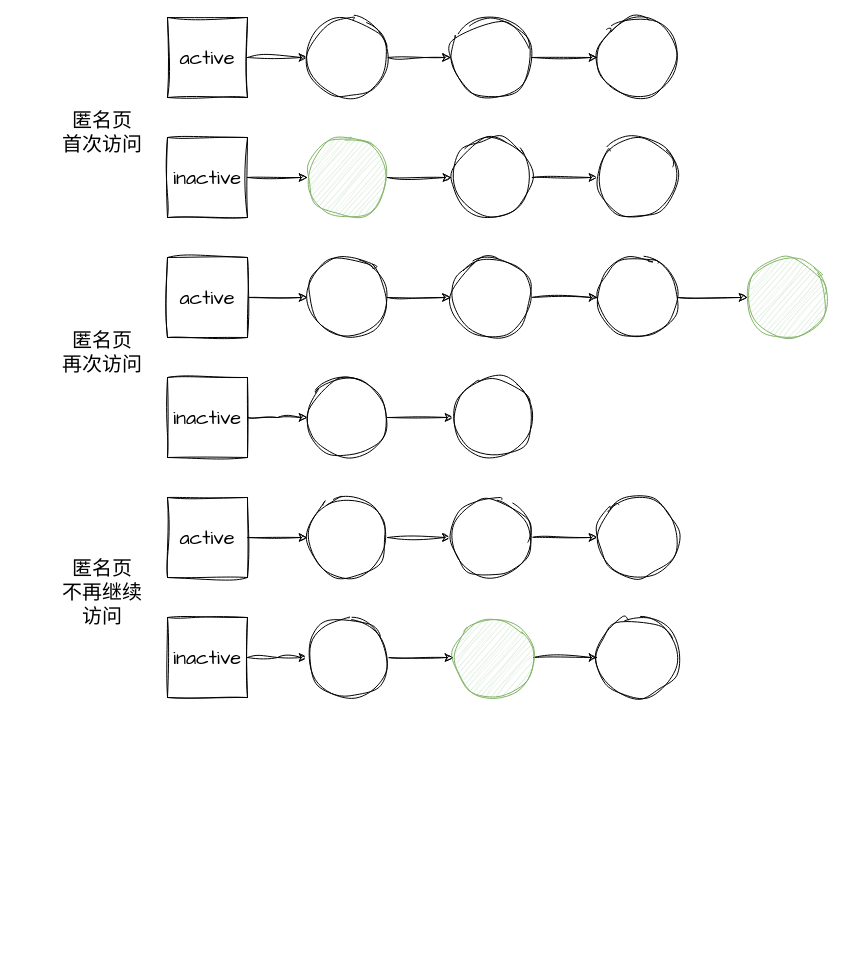
ji92/markdown_picture keeps this draw.io diagram as images/LRU双链表.drawio. Above is the earlier version. Source tidied: cells renumbered, new cells numbered last; positions are measured from the earlier drawing's top-left corner, leaving out a move shared by most shapes. Both pictures are drawn from the tidied source at 100%, with x=0, y=0 at pixel (52, 17).
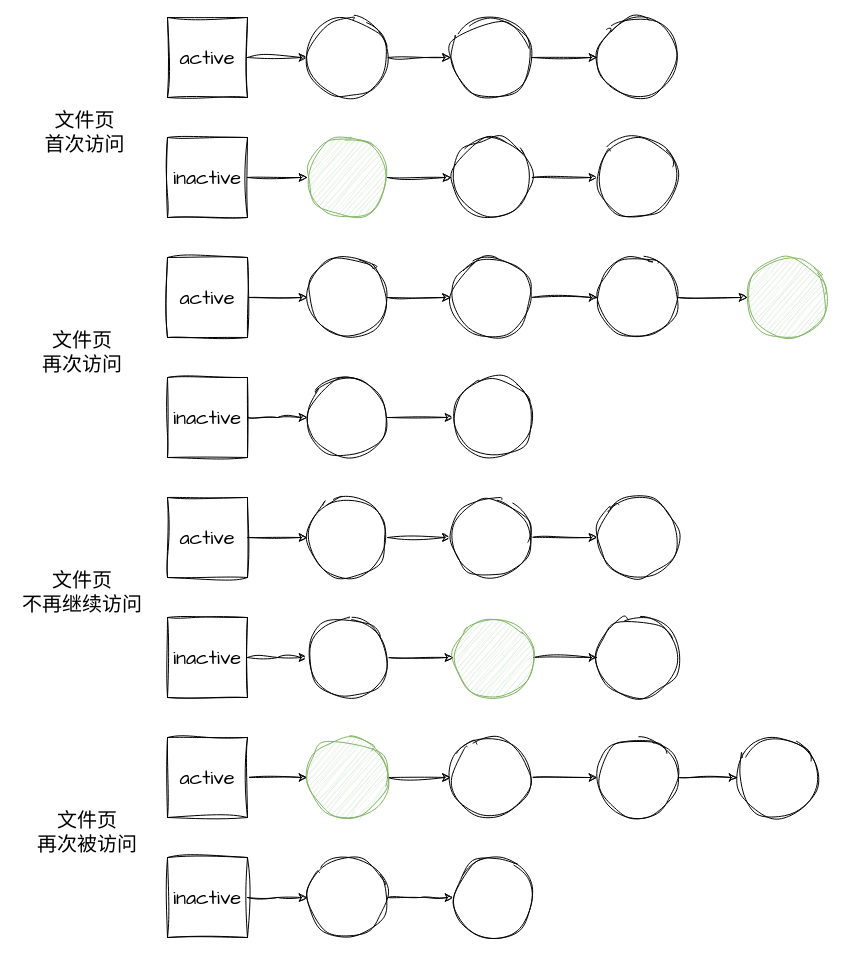
After the change.

Commit message (it also covers changes not shown here):
更新LRU双链表.drawio

The edit, as a diff of the source:
```diff
@@
-    <mxCell id="16" value="匿名页&lt;br&gt;首次访问" style="text;html=1;strokeColor=none;fillColor=none;align=center;verticalAlign=middle;whiteSpace=wrap;rounded=0;fontSize=20;fontFamily=Architects Daughter;" parent="1" vertex="1">
-      <mxGeometry y="70" width="100" height="90" as="geometry" />
+    <mxCell id="16" value="文件页&lt;br&gt;首次访问" style="text;html=1;strokeColor=none;fillColor=none;align=center;verticalAlign=middle;whiteSpace=wrap;rounded=0;fontSize=20;fontFamily=Architects Daughter;" parent="1" vertex="1">
+      <mxGeometry x="-35" y="70" width="135" height="90" as="geometry" />
     </mxCell>
@@
-    <mxCell id="30" value="匿名页&lt;br&gt;再次访问" style="text;html=1;strokeColor=none;fillColor=none;align=center;verticalAlign=middle;whiteSpace=wrap;rounded=0;fontSize=20;fontFamily=Architects Daughter;" parent="1" vertex="1">
-      <mxGeometry x="5" y="290" width="90" height="90" as="geometry" />
+    <mxCell id="30" value="文件页&lt;br&gt;再次访问" style="text;html=1;strokeColor=none;fillColor=none;align=center;verticalAlign=middle;whiteSpace=wrap;rounded=0;fontSize=20;fontFamily=Architects Daughter;" parent="1" vertex="1">
+      <mxGeometry x="-35" y="290" width="130" height="90" as="geometry" />
     </mxCell>
@@
-    <mxCell id="45" value="匿名页&lt;br&gt;不再继续访问" style="text;html=1;strokeColor=none;fillColor=none;align=center;verticalAlign=middle;whiteSpace=wrap;rounded=0;fontSize=20;fontFamily=Architects Daughter;" parent="1" vertex="1">
-      <mxGeometry x="5" y="530" width="90" height="90" as="geometry" />
+    <mxCell id="45" value="文件页&lt;br&gt;不再继续访问" style="text;html=1;strokeColor=none;fillColor=none;align=center;verticalAlign=middle;whiteSpace=wrap;rounded=0;fontSize=20;fontFamily=Architects Daughter;" parent="1" vertex="1">
+      <mxGeometry x="-35" y="530" width="130" height="90" as="geometry" />
     </mxCell>
@@
+    <mxCell id="47" style="edgeStyle=orthogonalEdgeStyle;rounded=0;sketch=1;hachureGap=4;jiggle=2;curveFitting=1;jettySize=auto;html=1;exitX=1;exitY=0.5;exitDx=0;exitDy=0;entryX=0;entryY=0.5;entryDx=0;entryDy=0;fontFamily=Architects Daughter;fontSize=16;" parent="1" edge="1" source="48" target="52">
+      <mxGeometry relative="1" as="geometry" />
+    </mxCell>
+    <mxCell id="48" value="active" style="whiteSpace=wrap;html=1;sketch=1;hachureGap=4;jiggle=2;curveFitting=1;fontFamily=Architects Daughter;fontSize=20;" parent="1" vertex="1">
+      <mxGeometry x="115" y="720" width="80" height="80" as="geometry" />
+    </mxCell>
+    <mxCell id="49" style="edgeStyle=orthogonalEdgeStyle;rounded=0;sketch=1;hachureGap=4;jiggle=2;curveFitting=1;jettySize=auto;html=1;exitX=1;exitY=0.5;exitDx=0;exitDy=0;entryX=0;entryY=0.5;entryDx=0;entryDy=0;fontFamily=Architects Daughter;fontSize=16;" parent="1" edge="1" source="50">
+      <mxGeometry relative="1" as="geometry">
+        <mxPoint x="255" y="880" as="targetPoint" />
+      </mxGeometry>
+    </mxCell>
+    <mxCell id="50" value="inactive" style="whiteSpace=wrap;html=1;sketch=1;hachureGap=4;jiggle=2;curveFitting=1;fontFamily=Architects Daughter;fontSize=20;" parent="1" vertex="1">
+      <mxGeometry x="115" y="840" width="80" height="80" as="geometry" />
+    </mxCell>
+    <mxCell id="51" style="edgeStyle=orthogonalEdgeStyle;rounded=0;sketch=1;hachureGap=4;jiggle=2;curveFitting=1;jettySize=auto;html=1;exitX=1;exitY=0.5;exitDx=0;exitDy=0;entryX=0;entryY=0.5;entryDx=0;entryDy=0;fontFamily=Architects Daughter;fontSize=16;" parent="1" edge="1" source="52" target="54">
+      <mxGeometry relative="1" as="geometry" />
+    </mxCell>
+    <mxCell id="52" style="ellipse;whiteSpace=wrap;html=1;sketch=1;hachureGap=4;jiggle=2;curveFitting=1;fontFamily=Architects Daughter;fontSize=20;fillColor=#d5e8d4;strokeColor=#82b366;" parent="1" vertex="1">
+      <mxGeometry x="255" y="720" width="80" height="80" as="geometry" />
+    </mxCell>
+    <mxCell id="53" style="edgeStyle=orthogonalEdgeStyle;rounded=0;sketch=1;hachureGap=4;jiggle=2;curveFitting=1;jettySize=auto;html=1;exitX=1;exitY=0.5;exitDx=0;exitDy=0;entryX=0;entryY=0.5;entryDx=0;entryDy=0;fontFamily=Architects Daughter;fontSize=16;" parent="1" edge="1" source="54" target="56">
+      <mxGeometry relative="1" as="geometry" />
+    </mxCell>
+    <mxCell id="54" style="ellipse;whiteSpace=wrap;html=1;sketch=1;hachureGap=4;jiggle=2;curveFitting=1;fontFamily=Architects Daughter;fontSize=20;" parent="1" vertex="1">
+      <mxGeometry x="398.5" y="720" width="80" height="80" as="geometry" />
+    </mxCell>
+    <mxCell id="55" style="edgeStyle=orthogonalEdgeStyle;rounded=0;sketch=1;hachureGap=4;jiggle=2;curveFitting=1;jettySize=auto;html=1;exitX=1;exitY=0.5;exitDx=0;exitDy=0;entryX=0;entryY=0.5;entryDx=0;entryDy=0;fontFamily=Architects Daughter;fontSize=16;" parent="1" edge="1" source="56" target="61">
+      <mxGeometry relative="1" as="geometry" />
+    </mxCell>
+    <mxCell id="56" style="ellipse;whiteSpace=wrap;html=1;sketch=1;hachureGap=4;jiggle=2;curveFitting=1;fontFamily=Architects Daughter;fontSize=20;" parent="1" vertex="1">
+      <mxGeometry x="545" y="720" width="80" height="80" as="geometry" />
+    </mxCell>
+    <mxCell id="57" style="edgeStyle=orthogonalEdgeStyle;rounded=0;sketch=1;hachureGap=4;jiggle=2;curveFitting=1;jettySize=auto;html=1;exitX=1;exitY=0.5;exitDx=0;exitDy=0;fontFamily=Architects Daughter;fontSize=16;" parent="1" edge="1" source="58">
+      <mxGeometry relative="1" as="geometry">
+        <mxPoint x="401" y="880" as="targetPoint" />
+      </mxGeometry>
+    </mxCell>
+    <mxCell id="58" style="ellipse;whiteSpace=wrap;html=1;sketch=1;hachureGap=4;jiggle=2;curveFitting=1;fontFamily=Architects Daughter;fontSize=20;" parent="1" vertex="1">
+      <mxGeometry x="255" y="840" width="80" height="80" as="geometry" />
+    </mxCell>
+    <mxCell id="59" value="文件页&lt;br&gt;再次被访问" style="text;html=1;strokeColor=none;fillColor=none;align=center;verticalAlign=middle;whiteSpace=wrap;rounded=0;fontSize=20;fontFamily=Architects Daughter;" parent="1" vertex="1">
+      <mxGeometry x="-25" y="770" width="120" height="90" as="geometry" />
+    </mxCell>
+    <mxCell id="60" style="ellipse;whiteSpace=wrap;html=1;sketch=1;hachureGap=4;jiggle=2;curveFitting=1;fontFamily=Architects Daughter;fontSize=20;" parent="1" vertex="1">
+      <mxGeometry x="401" y="840" width="80" height="80" as="geometry" />
+    </mxCell>
+    <mxCell id="61" style="ellipse;whiteSpace=wrap;html=1;sketch=1;hachureGap=4;jiggle=2;curveFitting=1;fontFamily=Architects Daughter;fontSize=20;" parent="1" vertex="1">
+      <mxGeometry x="685" y="720" width="80" height="80" as="geometry" />
+    </mxCell>
```
